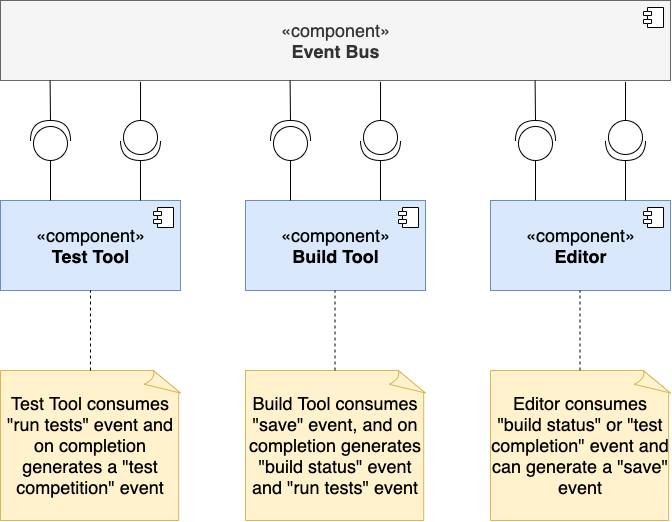
Above: Architectural styles/Implicit Invocation Systems/EventBasedComponentDiagram.png in smitbmx/Architecture-Diagrams (draw.io), before the change. Source tidied: cells renumbered, new cells last; positions are measured from the earlier drawing's top-left corner, leaving out a move shared by most shapes.
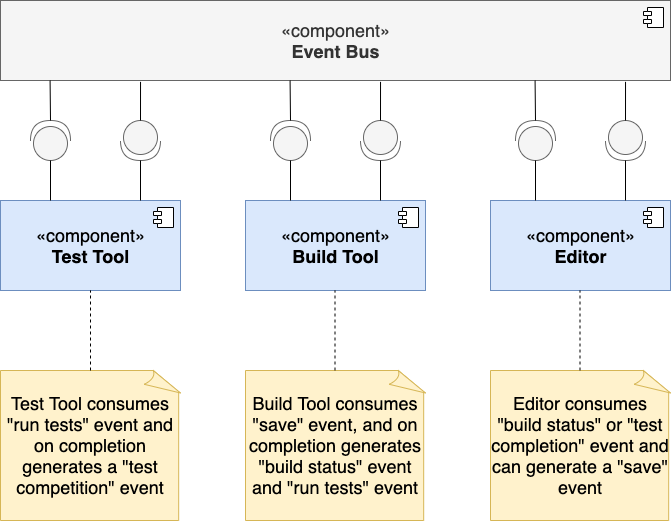
After the commit.

What changed in the source:
```diff
@@ -58,10 +58,10 @@
         <mxPoint x="579.5" y="290" as="targetPoint" />
       </mxGeometry>
     </mxCell>
-    <mxCell id="16" style="shape=providedRequiredInterface;html=1;verticalLabelPosition=bottom;sketch=0;fontSize=18;rotation=90;" parent="1" vertex="1">
+    <mxCell id="16" style="shape=providedRequiredInterface;html=1;verticalLabelPosition=bottom;sketch=0;fontSize=18;rotation=90;fillColor=#f5f5f5;fontColor=#333333;strokeColor=#666666;" parent="1" vertex="1">
       <mxGeometry x="120" y="120" width="40" height="40" as="geometry" />
     </mxCell>
-    <mxCell id="17" style="shape=providedRequiredInterface;html=1;verticalLabelPosition=bottom;sketch=0;fontSize=18;rotation=-90;" parent="1" vertex="1">
+    <mxCell id="17" style="shape=providedRequiredInterface;html=1;verticalLabelPosition=bottom;sketch=0;fontSize=18;rotation=-90;fillColor=#f5f5f5;fontColor=#333333;strokeColor=#666666;" parent="1" vertex="1">
       <mxGeometry x="30" y="120" width="40" height="40" as="geometry" />
     </mxCell>
     <mxCell id="18" style="endArrow=none;html=1;rounded=0;fontSize=18;exitX=1;exitY=0.5;exitDx=0;exitDy=0;exitPerimeter=0;" parent="1" edge="1" source="16">
@@ -80,10 +80,10 @@
     <mxCell id="21" style="endArrow=none;html=1;rounded=0;fontSize=18;exitX=1;exitY=0.5;exitDx=0;exitDy=0;exitPerimeter=0;entryX=0.074;entryY=1.013;entryDx=0;entryDy=0;entryPerimeter=0;" parent="1" edge="1" source="17" target="2">
       <mxGeometry relative="1" as="geometry" />
     </mxCell>
-    <mxCell id="22" style="shape=providedRequiredInterface;html=1;verticalLabelPosition=bottom;sketch=0;fontSize=18;rotation=90;" parent="1" vertex="1">
+    <mxCell id="22" style="shape=providedRequiredInterface;html=1;verticalLabelPosition=bottom;sketch=0;fontSize=18;rotation=90;fillColor=#f5f5f5;fontColor=#333333;strokeColor=#666666;" parent="1" vertex="1">
       <mxGeometry x="360" y="120" width="40" height="40" as="geometry" />
     </mxCell>
-    <mxCell id="23" style="shape=providedRequiredInterface;html=1;verticalLabelPosition=bottom;sketch=0;fontSize=18;rotation=-90;" parent="1" vertex="1">
+    <mxCell id="23" style="shape=providedRequiredInterface;html=1;verticalLabelPosition=bottom;sketch=0;fontSize=18;rotation=-90;fillColor=#f5f5f5;fontColor=#333333;strokeColor=#666666;" parent="1" vertex="1">
       <mxGeometry x="270" y="120" width="40" height="40" as="geometry" />
     </mxCell>
     <mxCell id="24" style="endArrow=none;html=1;rounded=0;fontSize=18;exitX=1;exitY=0.5;exitDx=0;exitDy=0;exitPerimeter=0;" parent="1" edge="1" source="22">
@@ -106,10 +106,10 @@
         <mxPoint x="289.6" y="80.1" as="targetPoint" />
       </mxGeometry>
     </mxCell>
-    <mxCell id="28" style="shape=providedRequiredInterface;html=1;verticalLabelPosition=bottom;sketch=0;fontSize=18;rotation=90;" parent="1" vertex="1">
+    <mxCell id="28" style="shape=providedRequiredInterface;html=1;verticalLabelPosition=bottom;sketch=0;fontSize=18;rotation=90;fillColor=#f5f5f5;fontColor=#333333;strokeColor=#666666;" parent="1" vertex="1">
       <mxGeometry x="605" y="120" width="40" height="40" as="geometry" />
     </mxCell>
-    <mxCell id="29" style="shape=providedRequiredInterface;html=1;verticalLabelPosition=bottom;sketch=0;fontSize=18;rotation=-90;" parent="1" vertex="1">
+    <mxCell id="29" style="shape=providedRequiredInterface;html=1;verticalLabelPosition=bottom;sketch=0;fontSize=18;rotation=-90;fillColor=#f5f5f5;fontColor=#333333;strokeColor=#666666;" parent="1" vertex="1">
       <mxGeometry x="515" y="120" width="40" height="40" as="geometry" />
     </mxCell>
     <mxCell id="30" style="endArrow=none;html=1;rounded=0;fontSize=18;exitX=1;exitY=0.5;exitDx=0;exitDy=0;exitPerimeter=0;" parent="1" edge="1" source="28">
```
